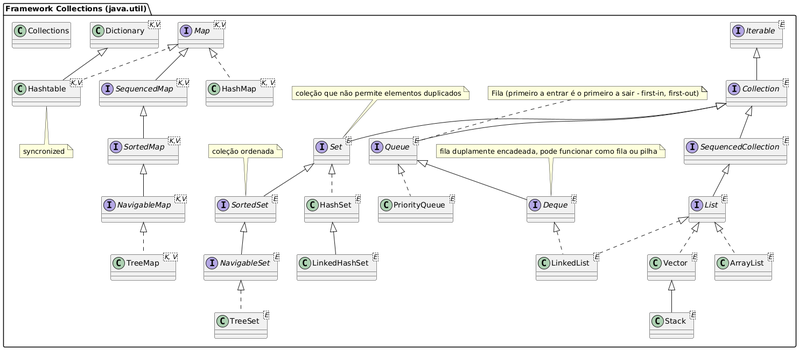
Earlier version of the PlantUML export lectures/examples/13-collections/doc/collections-names.png (caioamorim7/poo).
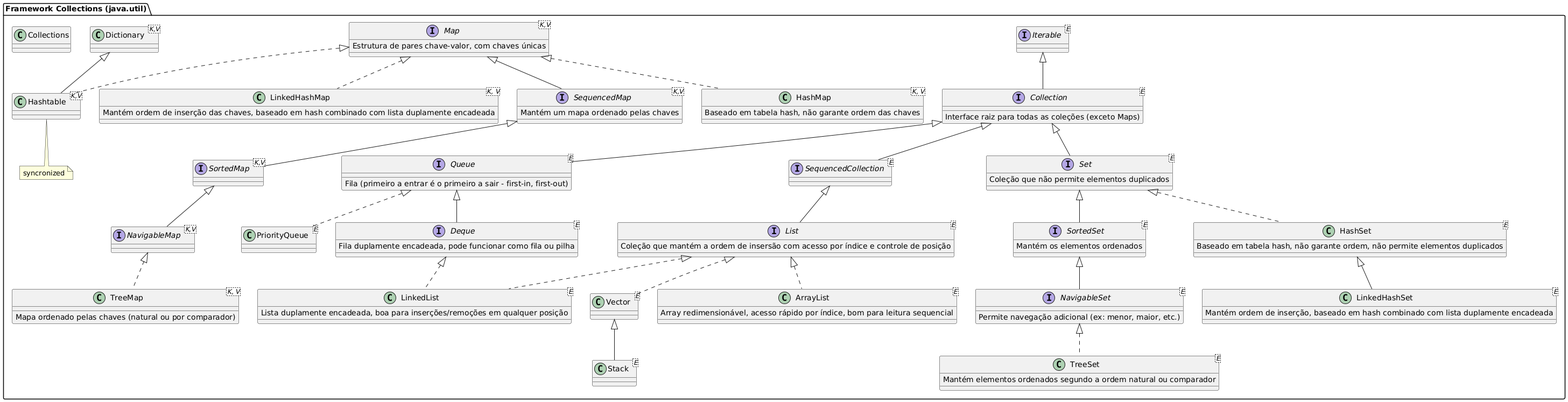
After the change.

Commit message:
nova versão

Diff of the diagram source:
```diff
@@ -8,13 +8,15 @@
     }
 
     interface Collection<E> extends Iterable<E>{
+        Interface raiz para todas as coleções (exceto Maps)
     }
+
 
     interface SequencedCollection<E> extends Collection<E>{
     }
 
     interface List<E> extends SequencedCollection<E> {
-
+        Coleção que mantém a ordem de insersão com acesso por índice e controle de posição
     }
 
     class Vector<E> implements List<E> {
@@ -26,32 +28,31 @@
     }
 
     interface Set<E> extends Collection<E> {
+        Coleção que não permite elementos duplicados
     }
-    note top: coleção que não permite elementos duplicados
 
     interface SortedSet<E> extends Set<E> {
-
+        Mantém os elementos ordenados
     }
-    note top: coleção ordenada
 
     interface NavigableSet<E> extends SortedSet<E>{
-
+        Permite navegação adicional (ex: menor, maior, etc.)
     }
 
     interface Queue<E> extends Collection<E> {
-
+        Fila (primeiro a entrar é o primeiro a sair - first-in, first-out)
     }
-    note top: Fila (primeiro a entrar é o primeiro a sair - first-in, first-out)
 
     interface Deque<E> extends Queue<E> {
-
+        Fila duplamente encadeada, pode funcionar como fila ou pilha
     }
-    note top: fila duplamente encadeada, pode funcionar como fila ou pilha
 
     interface Map<K,V> {
+        Estrutura de pares chave-valor, com chaves únicas
     }
 
     interface SequencedMap<K,V> extends Map<K,V> {
+        Mantém um mapa ordenado pelas chaves
     }
 
     interface SortedMap<K,V> extends SequencedMap<K,V> {
@@ -62,28 +63,35 @@
     }
 
     class ArrayList<E> implements List<E>{
-
+        Array redimensionável, acesso rápido por índice, bom para leitura sequencial
     }
 
     class LinkedList<E> implements List, Deque<E>{
-
+        Lista duplamente encadeada, boa para inserções/remoções em qualquer posição
     }
 
     class HashSet<E> implements Set<E> {
-
+        Baseado em tabela hash, não garante ordem, não permite elementos duplicados
     }
 
     class LinkedHashSet<E> extends HashSet<E> {
-
+        Mantém ordem de inserção, baseado em hash combinado com lista duplamente encadeada
     }
 
     class TreeSet<E> implements NavigableSet<E>{
+        Mantém elementos ordenados segundo a ordem natural ou comparador
     }
 
     class HashMap<K, V> implements Map<K, V> {
+        Baseado em tabela hash, não garante ordem das chaves
     }
 
     class TreeMap<K, V> implements NavigableMap<K, V> {
+        Mapa ordenado pelas chaves (natural ou por comparador)
+    }
+
+     class LinkedHashMap<K, V> implements Map<K, V> {
+        Mantém ordem de inserção das chaves, baseado em hash combinado com lista duplamente encadeada
     }
 
     class PriorityQueue<E> implements Queue<E>{
```
